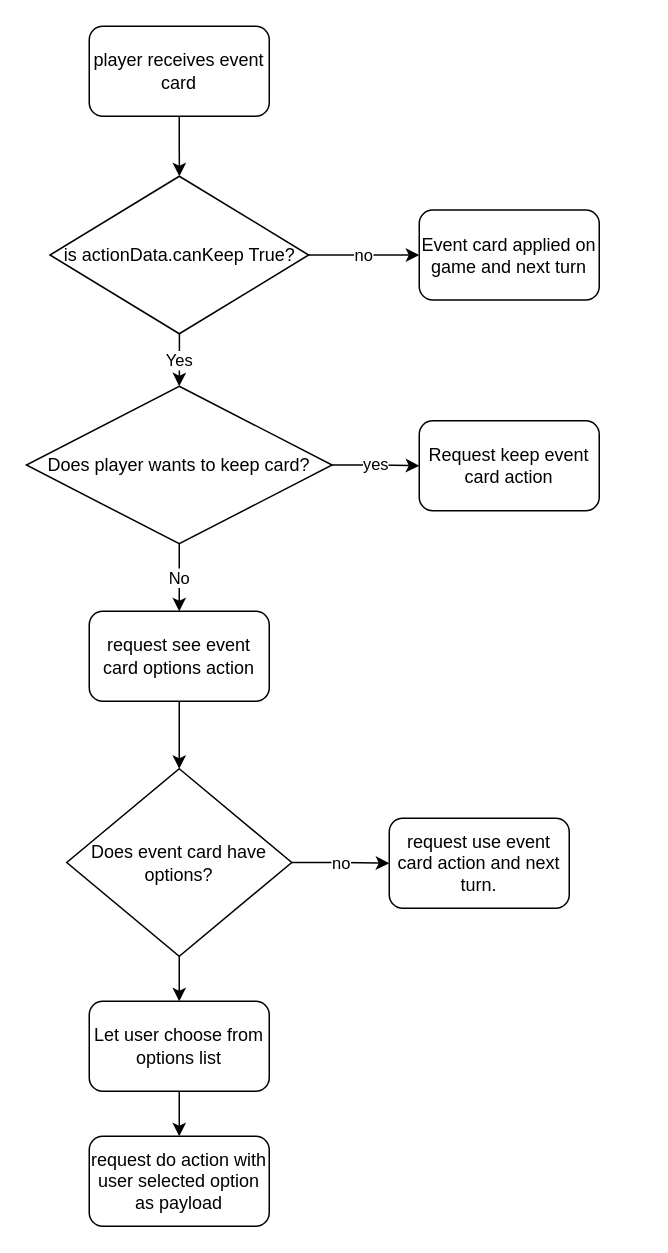
Glyphack/tortuga keeps this draw.io diagram as FlowCharts/EventCard.drawio. Above is the earlier version. Source tidied: cells renumbered, new cells numbered last; positions are measured from the earlier drawing's top-left corner, leaving out a move shared by most shapes. Both pictures are drawn from the tidied source at 150%, with x=0, y=0 at pixel (26, 26).
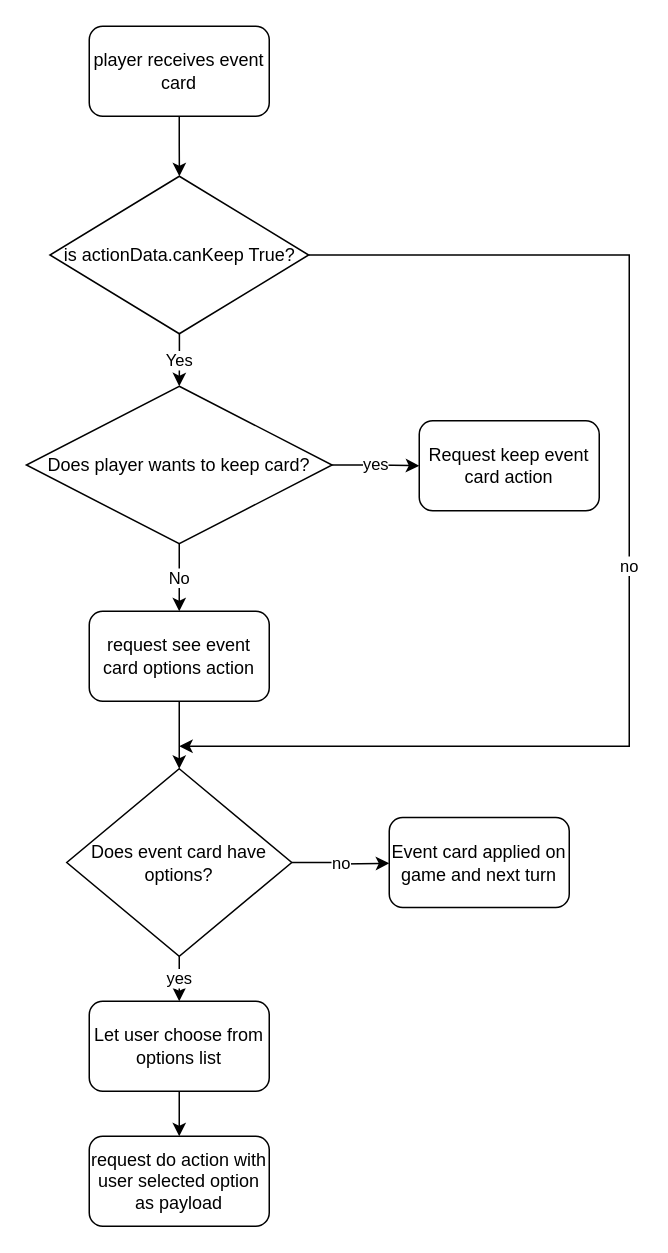
The same diagram, later.

Commit message (it also covers changes not shown here):
Update event card flow chart.

The change refers to these unchanged cells:
```xml
<mxCell id="6" value="is actionData.canKeep True?" style="rhombus;whiteSpace=wrap;html=1;" parent="1" vertex="1">
  <mxGeometry x="15.8" y="100" width="172.5" height="105" as="geometry" />
</mxCell>
<mxCell id="15" value="&lt;div&gt;Does event card have options?&lt;/div&gt;" style="rhombus;whiteSpace=wrap;html=1;" parent="1" vertex="1">
  <mxGeometry x="27" y="495" width="150" height="125" as="geometry" />
</mxCell>
<mxCell id="18" value="Let user choose from options list" style="rounded=1;whiteSpace=wrap;html=1;" parent="1" vertex="1">
  <mxGeometry x="42" y="650" width="120" height="60" as="geometry" />
</mxCell>
```

Change to the diagram source:
```diff
@@
-    <mxCell id="4" value="no" style="edgeStyle=orthogonalEdgeStyle;rounded=0;jettySize=auto;html=1;" parent="1" edge="1" source="6" target="7">
-      <mxGeometry relative="1" as="geometry" />
+    <mxCell id="4" value="no" style="edgeStyle=orthogonalEdgeStyle;rounded=0;jettySize=auto;html=1;" parent="1" edge="1" source="6">
+      <mxGeometry relative="1" as="geometry">
+        <mxPoint x="102" y="480" as="targetPoint" />
+        <Array as="points">
+          <mxPoint x="402" y="153" />
+          <mxPoint x="402" y="480" />
+        </Array>
+      </mxGeometry>
     </mxCell>
@@
-    <mxCell id="7" value="Event card applied on game and next turn" style="rounded=1;whiteSpace=wrap;html=1;" parent="1" vertex="1">
-      <mxGeometry x="262" y="122.5" width="120" height="60" as="geometry" />
-    </mxCell>
@@
-    <mxCell id="13" value="no" style="edgeStyle=orthogonalEdgeStyle;rounded=0;jettySize=auto;html=1;" parent="1" edge="1" source="15" target="16">
-      <mxGeometry relative="1" as="geometry" />
+    <mxCell id="13" value="no" style="edgeStyle=orthogonalEdgeStyle;rounded=0;jettySize=auto;html=1;" parent="1" edge="1" source="15">
+      <mxGeometry relative="1" as="geometry">
+        <mxPoint x="242" y="558" as="targetPoint" />
+      </mxGeometry>
     </mxCell>
-    <mxCell id="14" style="edgeStyle=orthogonalEdgeStyle;rounded=0;jettySize=auto;html=1;" parent="1" edge="1" source="15" target="18">
+    <mxCell id="14" value="&lt;div&gt;yes&lt;/div&gt;" style="edgeStyle=orthogonalEdgeStyle;rounded=0;jettySize=auto;html=1;" parent="1" edge="1" source="15" target="18">
       <mxGeometry relative="1" as="geometry" />
     </mxCell>
@@
-    <mxCell id="16" value="request use event card action and next turn." style="rounded=1;whiteSpace=wrap;html=1;" parent="1" vertex="1">
-      <mxGeometry x="242" y="528" width="120" height="60" as="geometry" />
-    </mxCell>
@@
+    <mxCell id="7" value="Event card applied on game and next turn" style="rounded=1;whiteSpace=wrap;html=1;" parent="1" vertex="1">
+      <mxGeometry x="242" y="527.5" width="120" height="60" as="geometry" />
+    </mxCell>
```
